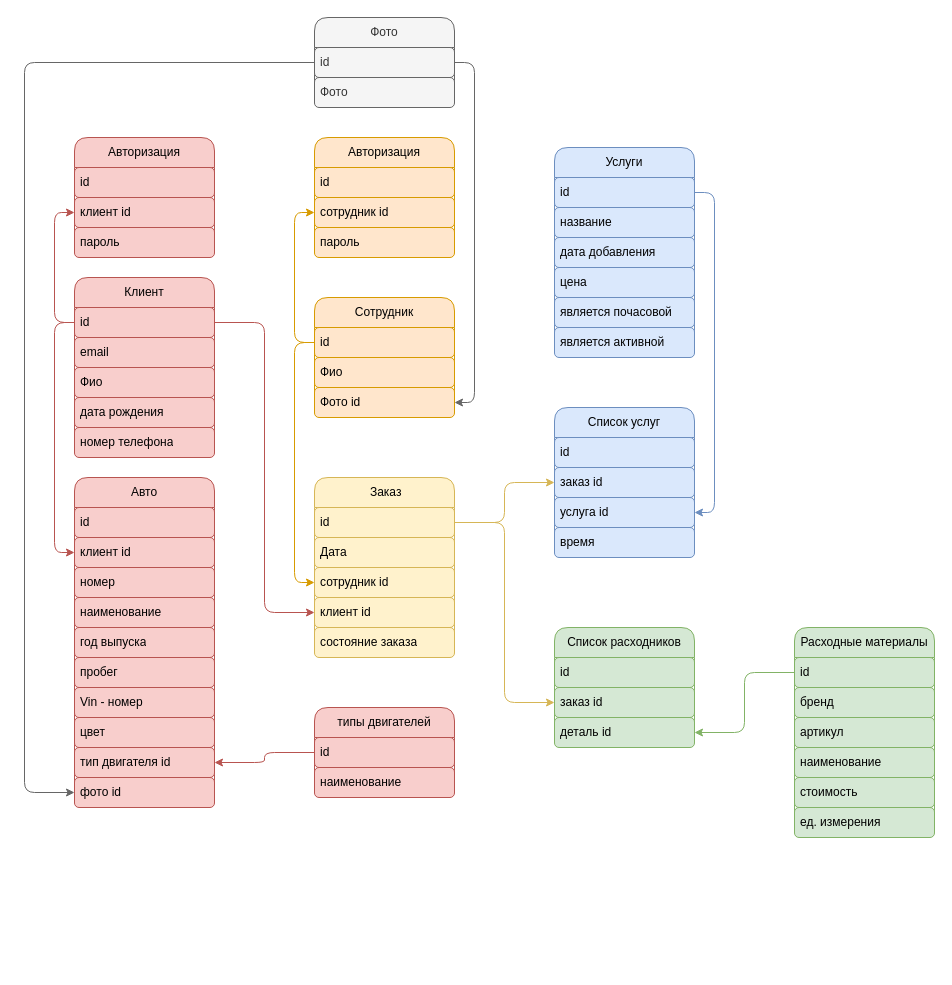
Earlier version of the draw.io diagram Schemes/Логическая модель БД.drawio (Citizen-code/CourseWork). Source tidied: cells renumbered, new cells numbered last; positions are measured from the earlier drawing's top-left corner, leaving out a move shared by most shapes. Both pictures are drawn from the tidied source at 100%, with x=0, y=0 at pixel (24, 17).
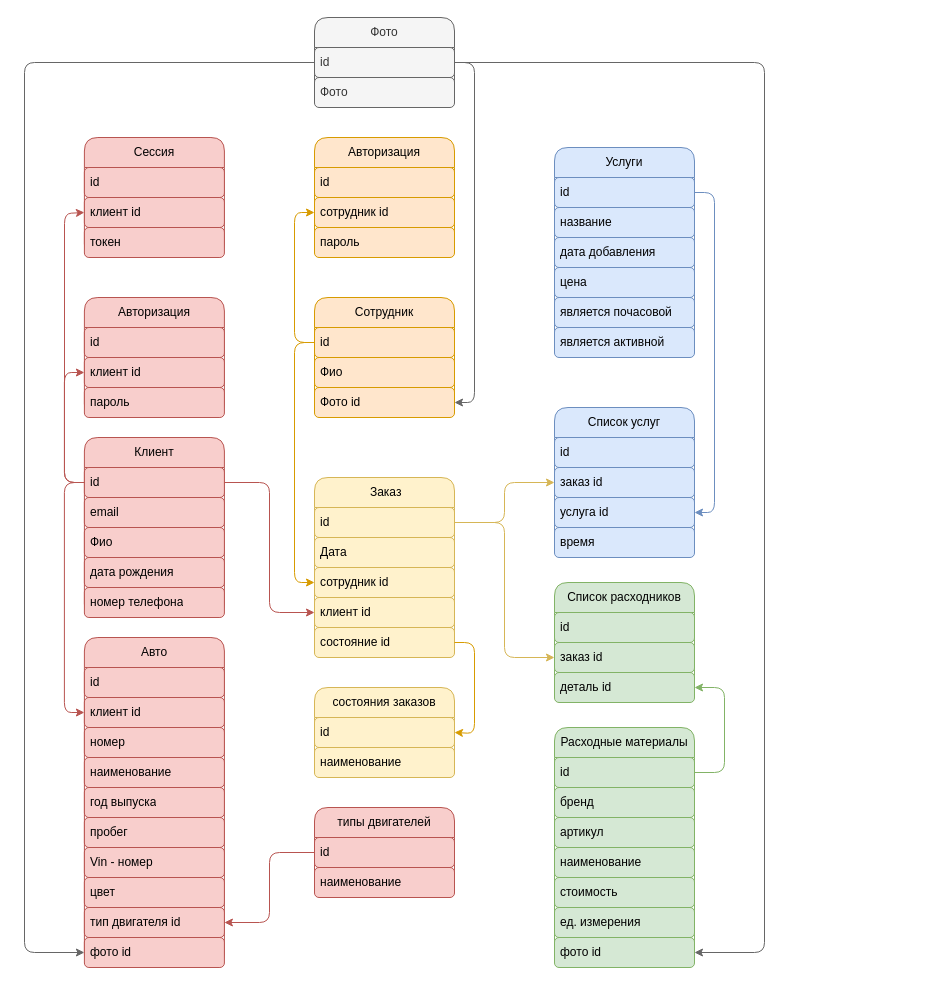
After the change.

Commit message:
изменение схемы бд

Unchanged cells that the change refers to:
```xml
<mxCell id="3" value="id" style="text;strokeColor=#b85450;fillColor=#f8cecc;align=left;verticalAlign=middle;spacingLeft=4;spacingRight=4;overflow=hidden;points=[[0,0.5],[1,0.5]];portConstraint=eastwest;whiteSpace=wrap;html=1;shadow=0;rounded=1;" parent="2" vertex="1">
  <mxGeometry y="30" width="140" height="30" as="geometry" />
</mxCell>
<mxCell id="18" value="фото id" style="text;strokeColor=#b85450;fillColor=#f8cecc;align=left;verticalAlign=middle;spacingLeft=4;spacingRight=4;overflow=hidden;points=[[0,0.5],[1,0.5]];portConstraint=eastwest;whiteSpace=wrap;html=1;shadow=0;rounded=1;" parent="8" vertex="1">
  <mxGeometry y="300" width="140" height="30" as="geometry" />
</mxCell>
<mxCell id="27" value="&amp;nbsp;Заказ" style="swimlane;fontStyle=0;horizontal=1;startSize=30;whiteSpace=wrap;html=1;fillColor=#fff2cc;strokeColor=#d6b656;shadow=0;rounded=1;" parent="1" vertex="1">
  <mxGeometry x="290" y="460" width="140" height="180" as="geometry" />
</mxCell>
<mxCell id="28" value="id" style="text;strokeColor=#d6b656;fillColor=#fff2cc;align=left;verticalAlign=middle;spacingLeft=4;spacingRight=4;overflow=hidden;points=[[0,0.5],[1,0.5]];portConstraint=eastwest;whiteSpace=wrap;html=1;shadow=0;rounded=1;" parent="27" vertex="1">
  <mxGeometry y="30" width="140" height="30" as="geometry" />
</mxCell>
<mxCell id="61" value="id" style="text;strokeColor=#82b366;fillColor=#d5e8d4;align=left;verticalAlign=middle;spacingLeft=4;spacingRight=4;overflow=hidden;points=[[0,0.5],[1,0.5]];portConstraint=eastwest;whiteSpace=wrap;html=1;shadow=0;rounded=1;" parent="60" vertex="1">
  <mxGeometry y="30" width="140" height="30" as="geometry" />
</mxCell>
<mxCell id="69" value="заказ id" style="text;strokeColor=#82b366;fillColor=#d5e8d4;align=left;verticalAlign=middle;spacingLeft=4;spacingRight=4;overflow=hidden;points=[[0,0.5],[1,0.5]];portConstraint=eastwest;whiteSpace=wrap;html=1;shadow=0;rounded=1;" parent="67" vertex="1">
  <mxGeometry y="60" width="140" height="30" as="geometry" />
</mxCell>
<mxCell id="70" value="деталь id" style="text;strokeColor=#82b366;fillColor=#d5e8d4;align=left;verticalAlign=middle;spacingLeft=4;spacingRight=4;overflow=hidden;points=[[0,0.5],[1,0.5]];portConstraint=eastwest;whiteSpace=wrap;html=1;shadow=0;rounded=1;" parent="67" vertex="1">
  <mxGeometry y="90" width="140" height="30" as="geometry" />
</mxCell>
<mxCell id="74" value="Фото" style="swimlane;fontStyle=0;horizontal=1;startSize=30;whiteSpace=wrap;html=1;fillColor=#f5f5f5;strokeColor=#666666;fontColor=#333333;shadow=0;rounded=1;" parent="1" vertex="1">
  <mxGeometry x="290" width="140" height="90" as="geometry" />
</mxCell>
<mxCell id="75" value="id" style="text;strokeColor=#666666;fillColor=#f5f5f5;align=left;verticalAlign=middle;spacingLeft=4;spacingRight=4;overflow=hidden;points=[[0,0.5],[1,0.5]];portConstraint=eastwest;whiteSpace=wrap;html=1;fontColor=#333333;shadow=0;rounded=1;" parent="74" vertex="1">
  <mxGeometry y="30" width="140" height="30" as="geometry" />
</mxCell>
```

Diff of the diagram source:
```diff
@@
     <mxCell id="2" value="Клиент" style="swimlane;fontStyle=0;horizontal=1;startSize=30;whiteSpace=wrap;html=1;fillColor=#f8cecc;strokeColor=#b85450;shadow=0;rounded=1;" parent="1" vertex="1">
-      <mxGeometry x="50" y="260" width="140" height="180" as="geometry" />
+      <mxGeometry x="59.9" y="420" width="140" height="180" as="geometry" />
     </mxCell>
@@
     <mxCell id="8" value="Авто" style="swimlane;fontStyle=0;horizontal=1;startSize=30;whiteSpace=wrap;html=1;fillColor=#f8cecc;strokeColor=#b85450;shadow=0;rounded=1;" parent="1" vertex="1">
-      <mxGeometry x="50" y="460" width="140" height="330" as="geometry" />
+      <mxGeometry x="59.9" y="620" width="140" height="330" as="geometry" />
     </mxCell>
@@
     <mxCell id="23" value="Авторизация" style="swimlane;fontStyle=0;horizontal=1;startSize=30;whiteSpace=wrap;html=1;fillColor=#f8cecc;strokeColor=#b85450;shadow=0;rounded=1;" parent="1" vertex="1">
-      <mxGeometry x="50" y="120" width="140" height="120" as="geometry" />
+      <mxGeometry x="59.9" y="280" width="140" height="120" as="geometry" />
     </mxCell>
@@
-    <mxCell id="32" value="состояние заказа" style="text;strokeColor=#d6b656;fillColor=#fff2cc;align=left;verticalAlign=middle;spacingLeft=4;spacingRight=4;overflow=hidden;points=[[0,0.5],[1,0.5]];portConstraint=eastwest;whiteSpace=wrap;html=1;shadow=0;rounded=1;" parent="27" vertex="1">
+    <mxCell id="32" value="состояние id" style="text;strokeColor=#d6b656;fillColor=#fff2cc;align=left;verticalAlign=middle;spacingLeft=4;spacingRight=4;overflow=hidden;points=[[0,0.5],[1,0.5]];portConstraint=eastwest;whiteSpace=wrap;html=1;shadow=0;rounded=1;" parent="27" vertex="1">
       <mxGeometry y="150" width="140" height="30" as="geometry" />
     </mxCell>
@@
     <mxCell id="56" value="типы двигателей" style="swimlane;fontStyle=0;horizontal=1;startSize=30;whiteSpace=wrap;html=1;fillColor=#f8cecc;strokeColor=#b85450;shadow=0;rounded=1;" parent="1" vertex="1">
-      <mxGeometry x="290" y="690" width="140" height="90" as="geometry" />
+      <mxGeometry x="290" y="790" width="140" height="90" as="geometry" />
     </mxCell>
@@
     <mxCell id="60" value="Расходные материалы" style="swimlane;fontStyle=0;horizontal=1;startSize=30;whiteSpace=wrap;html=1;fillColor=#d5e8d4;strokeColor=#82b366;shadow=0;rounded=1;" parent="1" vertex="1">
-      <mxGeometry x="770" y="610" width="140" height="210" as="geometry" />
+      <mxGeometry x="530" y="710" width="140" height="240" as="geometry" />
     </mxCell>
@@
+    <mxCell id="79" value="фото id" style="text;strokeColor=#82b366;fillColor=#d5e8d4;align=left;verticalAlign=middle;spacingLeft=4;spacingRight=4;overflow=hidden;points=[[0,0.5],[1,0.5]];portConstraint=eastwest;whiteSpace=wrap;html=1;shadow=0;rounded=1;" parent="60" vertex="1">
+      <mxGeometry y="210" width="140" height="30" as="geometry" />
+    </mxCell>
     <mxCell id="67" value="Список расходников" style="swimlane;fontStyle=0;horizontal=1;startSize=30;whiteSpace=wrap;html=1;fillColor=#d5e8d4;strokeColor=#82b366;shadow=0;rounded=1;" parent="1" vertex="1">
-      <mxGeometry x="530" y="610" width="140" height="120" as="geometry" />
+      <mxGeometry x="530" y="565" width="140" height="120" as="geometry" />
     </mxCell>
@@
-    <mxCell id="72" style="edgeStyle=orthogonalEdgeStyle;rounded=1;jettySize=auto;html=1;exitX=0;exitY=0.5;exitDx=0;exitDy=0;entryX=1;entryY=0.5;entryDx=0;entryDy=0;fillColor=#d5e8d4;strokeColor=#82b366;shadow=0;" parent="1" edge="1" source="61" target="70">
-      <mxGeometry relative="1" as="geometry" />
+    <mxCell id="72" style="edgeStyle=orthogonalEdgeStyle;rounded=1;jettySize=auto;html=1;entryX=1;entryY=0.5;entryDx=0;entryDy=0;fillColor=#d5e8d4;strokeColor=#82b366;shadow=0;exitX=1;exitY=0.5;exitDx=0;exitDy=0;" parent="1" edge="1" source="61" target="70">
+      <mxGeometry relative="1" as="geometry">
+        <Array as="points">
+          <mxPoint x="700" y="755" />
+          <mxPoint x="700" y="670" />
+        </Array>
+      </mxGeometry>
     </mxCell>
     <mxCell id="73" style="edgeStyle=orthogonalEdgeStyle;rounded=1;jettySize=auto;html=1;exitX=1;exitY=0.5;exitDx=0;exitDy=0;entryX=0;entryY=0.5;entryDx=0;entryDy=0;fillColor=#fff2cc;strokeColor=#d6b656;shadow=0;" parent="1" edge="1" source="28" target="69">
       <mxGeometry relative="1" as="geometry">
         <Array as="points">
           <mxPoint x="480" y="505" />
-          <mxPoint x="480" y="685" />
+          <mxPoint x="480" y="640" />
         </Array>
       </mxGeometry>
     </mxCell>
@@
     <mxCell id="78" style="edgeStyle=orthogonalEdgeStyle;rounded=1;jettySize=auto;html=1;exitX=0;exitY=0.5;exitDx=0;exitDy=0;entryX=0;entryY=0.5;entryDx=0;entryDy=0;fillColor=#f5f5f5;strokeColor=#666666;" parent="1" edge="1" source="74" target="18">
       <mxGeometry relative="1" as="geometry">
         <Array as="points">
           <mxPoint y="45" />
-          <mxPoint y="775" />
+          <mxPoint y="935" />
         </Array>
       </mxGeometry>
     </mxCell>
+    <mxCell id="80" style="edgeStyle=orthogonalEdgeStyle;rounded=1;jettySize=auto;html=1;exitX=1;exitY=0.5;exitDx=0;exitDy=0;fillColor=#f5f5f5;strokeColor=#666666;shadow=0;entryX=1;entryY=0.5;entryDx=0;entryDy=0;" parent="1" edge="1" source="75" target="79">
+      <mxGeometry relative="1" as="geometry">
+        <Array as="points">
+          <mxPoint x="740" y="45" />
+          <mxPoint x="740" y="935" />
+        </Array>
+      </mxGeometry>
+    </mxCell>
+    <mxCell id="81" value="состояния заказов" style="swimlane;fontStyle=0;horizontal=1;startSize=30;whiteSpace=wrap;html=1;fillColor=#fff2cc;strokeColor=#d6b656;shadow=0;rounded=1;" parent="1" vertex="1">
+      <mxGeometry x="290" y="670" width="140" height="90" as="geometry" />
+    </mxCell>
+    <mxCell id="82" value="id" style="text;strokeColor=#d6b656;fillColor=#fff2cc;align=left;verticalAlign=middle;spacingLeft=4;spacingRight=4;overflow=hidden;points=[[0,0.5],[1,0.5]];portConstraint=eastwest;whiteSpace=wrap;html=1;shadow=0;rounded=1;" parent="81" vertex="1">
+      <mxGeometry y="30" width="140" height="30" as="geometry" />
+    </mxCell>
+    <mxCell id="83" value="наименование" style="text;strokeColor=#d6b656;fillColor=#fff2cc;align=left;verticalAlign=middle;spacingLeft=4;spacingRight=4;overflow=hidden;whiteSpace=wrap;html=1;shadow=0;rounded=1;" parent="81" vertex="1">
+      <mxGeometry y="60" width="140" height="30" as="geometry" />
+    </mxCell>
+    <mxCell id="84" style="edgeStyle=orthogonalEdgeStyle;rounded=1;jettySize=auto;html=1;exitX=1;exitY=0.5;exitDx=0;exitDy=0;entryX=1;entryY=0.5;entryDx=0;entryDy=0;fillColor=#ffe6cc;strokeColor=#d79b00;shadow=0;" parent="1" edge="1" source="32" target="82">
+      <mxGeometry relative="1" as="geometry">
+        <Array as="points">
+          <mxPoint x="450" y="625" />
+          <mxPoint x="450" y="716" />
+          <mxPoint x="430" y="716" />
+        </Array>
+      </mxGeometry>
+    </mxCell>
+    <mxCell id="85" value="Сессия" style="swimlane;fontStyle=0;horizontal=1;startSize=30;whiteSpace=wrap;html=1;fillColor=#f8cecc;strokeColor=#b85450;shadow=0;rounded=1;" parent="1" vertex="1">
+      <mxGeometry x="59.9" y="120" width="140" height="120" as="geometry" />
+    </mxCell>
+    <mxCell id="86" value="id" style="text;strokeColor=#b85450;fillColor=#f8cecc;align=left;verticalAlign=middle;spacingLeft=4;spacingRight=4;overflow=hidden;whiteSpace=wrap;html=1;shadow=0;rounded=1;" parent="85" vertex="1">
+      <mxGeometry y="30" width="140" height="30" as="geometry" />
+    </mxCell>
+    <mxCell id="87" value="клиент id" style="text;strokeColor=#b85450;fillColor=#f8cecc;align=left;verticalAlign=middle;spacingLeft=4;spacingRight=4;overflow=hidden;points=[[0,0.5],[1,0.5]];portConstraint=eastwest;whiteSpace=wrap;html=1;shadow=0;rounded=1;" parent="85" vertex="1">
+      <mxGeometry y="60" width="140" height="30" as="geometry" />
+    </mxCell>
+    <mxCell id="88" value="токен" style="text;strokeColor=#b85450;fillColor=#f8cecc;align=left;verticalAlign=middle;spacingLeft=4;spacingRight=4;overflow=hidden;whiteSpace=wrap;html=1;shadow=0;rounded=1;" parent="85" vertex="1">
+      <mxGeometry y="90" width="140" height="30" as="geometry" />
+    </mxCell>
+    <mxCell id="89" style="edgeStyle=orthogonalEdgeStyle;rounded=1;jettySize=auto;html=1;exitX=0;exitY=0.5;exitDx=0;exitDy=0;entryX=0;entryY=0.5;entryDx=0;entryDy=0;fillColor=#f8cecc;strokeColor=#b85450;shadow=0;" parent="1" edge="1" source="3" target="87">
+      <mxGeometry relative="1" as="geometry">
+        <Array as="points">
+          <mxPoint x="40" y="465" />
+          <mxPoint x="40" y="196" />
+        </Array>
+      </mxGeometry>
+    </mxCell>
```
